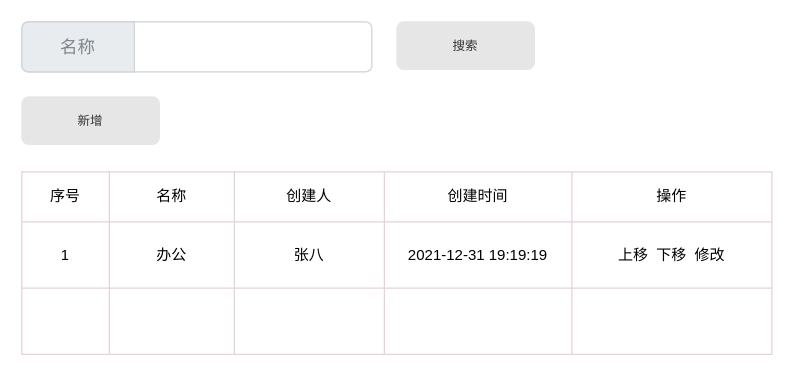
Before: 应用市场/分类管理主界面.drawio in fzon0902/DRAWIO-PICS, a draw.io diagram. Source tidied: cells renumbered, new cells numbered last; positions are measured from the earlier drawing's top-left corner, leaving out a move shared by most shapes. Both pictures are drawn from the tidied source at 125%, with x=0, y=0 at pixel (21, 21).
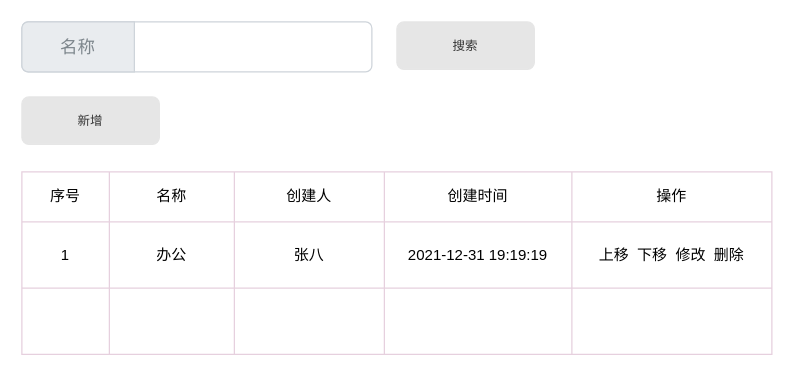
The same diagram, later.

Commit message (it also covers changes not shown here):
更新分类管理主界面.drawio

Unchanged cells that the change refers to:
```xml
<mxCell id="9" style="shape=partialRectangle;html=1;whiteSpace=wrap;fillColor=none;top=0;left=0;bottom=0;right=0;" parent="2" vertex="1">
  <mxGeometry y="40" width="600" height="53" as="geometry" />
</mxCell>
```

Diff of the diagram source:
```diff
@@
-    <mxCell id="14" value="上移&amp;nbsp; 下移&amp;nbsp; 修改" style="shape=partialRectangle;html=1;whiteSpace=wrap;fillColor=none;top=0;left=0;bottom=0;right=0;overflow=hidden;" parent="9" vertex="1">
+    <mxCell id="14" value="上移&amp;nbsp; 下移&amp;nbsp; 修改&amp;nbsp; 删除" style="shape=partialRectangle;html=1;whiteSpace=wrap;fillColor=none;top=0;left=0;bottom=0;right=0;overflow=hidden;" parent="9" vertex="1">
       <mxGeometry x="440" width="160" height="53" as="geometry" />
     </mxCell>
```
